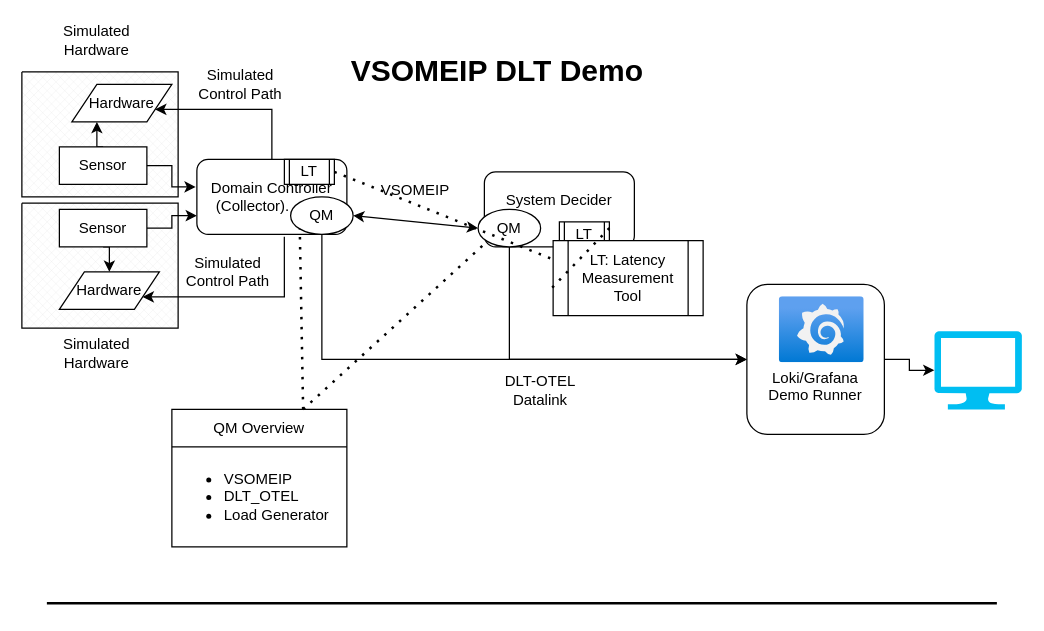
Before: vsomeip-demo.drawio in smooge/draw-io-items, a draw.io diagram. Source tidied: cells renumbered, new cells numbered last; positions are measured from the earlier drawing's top-left corner, leaving out a move shared by most shapes. Both pictures are drawn from the tidied source at 125%, with x=0, y=0 at pixel (21, 21).
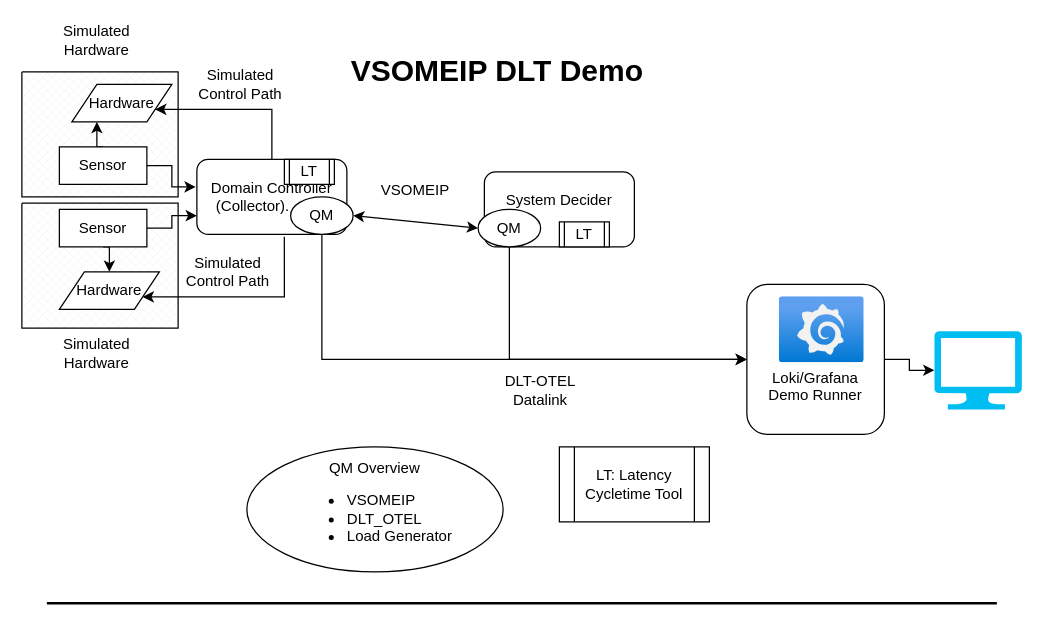
After the change.

Unchanged cells that the change refers to:
```xml
<mxCell id="23" value="QM" style="ellipse;whiteSpace=wrap;html=1;" parent="1" vertex="1">
  <mxGeometry x="215" y="140" width="50" height="30" as="geometry" />
</mxCell>
<mxCell id="25" value="QM" style="ellipse;whiteSpace=wrap;html=1;" parent="1" vertex="1">
  <mxGeometry x="365" y="150" width="50" height="30" as="geometry" />
</mxCell>
<mxCell id="30" value="LT" style="shape=process;whiteSpace=wrap;html=1;backgroundOutline=1;" parent="1" vertex="1">
  <mxGeometry x="430" y="160" width="40" height="20" as="geometry" />
</mxCell>
<mxCell id="31" value="LT" style="shape=process;whiteSpace=wrap;html=1;backgroundOutline=1;" parent="1" vertex="1">
  <mxGeometry x="210" y="110" width="40" height="20" as="geometry" />
</mxCell>
```

Diff of the diagram source:
```diff
@@
-    <mxCell id="27" value="QM Overview" style="swimlane;fontStyle=0;horizontal=1;startSize=30;whiteSpace=wrap;html=1;" parent="1" vertex="1">
-      <mxGeometry x="120" y="310" width="140" height="110" as="geometry" />
-    </mxCell>
-    <mxCell id="28" value="&lt;ul&gt;&lt;li&gt;VSOMEIP&lt;/li&gt;&lt;li&gt;DLT_OTEL&lt;/li&gt;&lt;li&gt;Load Generator&lt;/li&gt;&lt;/ul&gt;" style="text;strokeColor=none;fillColor=none;html=1;whiteSpace=wrap;verticalAlign=middle;overflow=hidden;" parent="27" vertex="1">
-      <mxGeometry y="30" width="140" height="80" as="geometry" />
-    </mxCell>
@@
-    <mxCell id="32" value="LT: Latency Measurement Tool" style="shape=process;whiteSpace=wrap;html=1;backgroundOutline=1;" parent="1" vertex="1">
-      <mxGeometry x="425" y="175" width="120" height="60" as="geometry" />
+    <mxCell id="32" value="LT: Latency Cycletime Tool" style="shape=process;whiteSpace=wrap;html=1;backgroundOutline=1;" parent="1" vertex="1">
+      <mxGeometry x="430" y="340" width="120" height="60" as="geometry" />
     </mxCell>
-    <mxCell id="33" style="endArrow=none;dashed=1;html=1;dashPattern=1 3;strokeWidth=2;rounded=0;exitX=1;exitY=0.25;exitDx=0;exitDy=0;entryX=-0.017;entryY=0.65;entryDx=0;entryDy=0;entryPerimeter=0;" parent="1" edge="1" source="30" target="32">
-      <mxGeometry relative="1" as="geometry" />
-    </mxCell>
-    <mxCell id="34" style="endArrow=none;dashed=1;html=1;dashPattern=1 3;strokeWidth=2;rounded=0;exitX=0.75;exitY=0;exitDx=0;exitDy=0;entryX=0;entryY=1;entryDx=0;entryDy=0;" parent="1" edge="1" source="27" target="23">
-      <mxGeometry relative="1" as="geometry" />
-    </mxCell>
-    <mxCell id="35" style="endArrow=none;dashed=1;html=1;dashPattern=1 3;strokeWidth=2;rounded=0;exitX=0.75;exitY=0;exitDx=0;exitDy=0;entryX=0;entryY=1;entryDx=0;entryDy=0;" parent="1" edge="1" source="27" target="25">
-      <mxGeometry relative="1" as="geometry" />
-    </mxCell>
-    <mxCell id="36" style="endArrow=none;dashed=1;html=1;dashPattern=1 3;strokeWidth=2;rounded=0;exitX=1;exitY=0.5;exitDx=0;exitDy=0;entryX=0;entryY=0.25;entryDx=0;entryDy=0;" parent="1" edge="1" source="31" target="32">
-      <mxGeometry relative="1" as="geometry" />
-    </mxCell>
@@
+    <mxCell id="42" value="QM Overview&lt;div&gt;&lt;ul style=&quot;text-align: left;&quot;&gt;&lt;li&gt;VSOMEIP&lt;/li&gt;&lt;li&gt;DLT_OTEL&lt;/li&gt;&lt;li&gt;Load Generator&lt;/li&gt;&lt;/ul&gt;&lt;/div&gt;" style="ellipse;whiteSpace=wrap;html=1;" parent="1" vertex="1">
+      <mxGeometry x="180" y="340" width="205" height="100" as="geometry" />
+    </mxCell>
```
